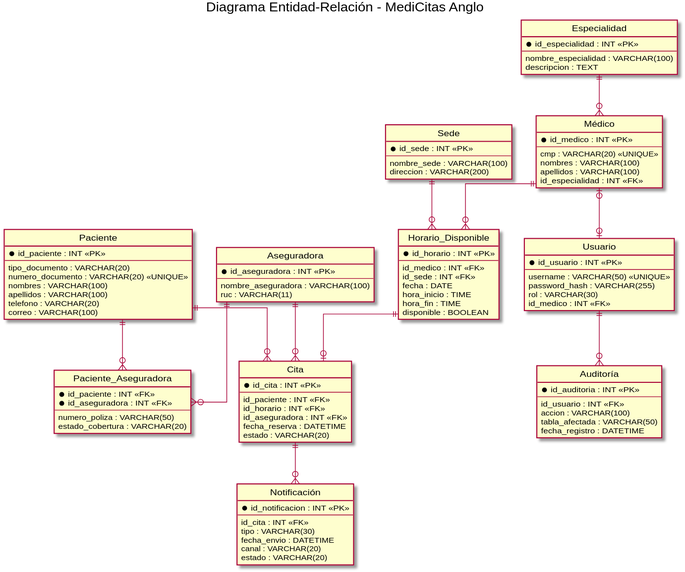
Jimena-CC/ProyectoCitasMedicas keeps this PlantUML diagram as doc/diagramas/img/03-Diagrama-Entidad-Relacion.svg. Above is the earlier version.
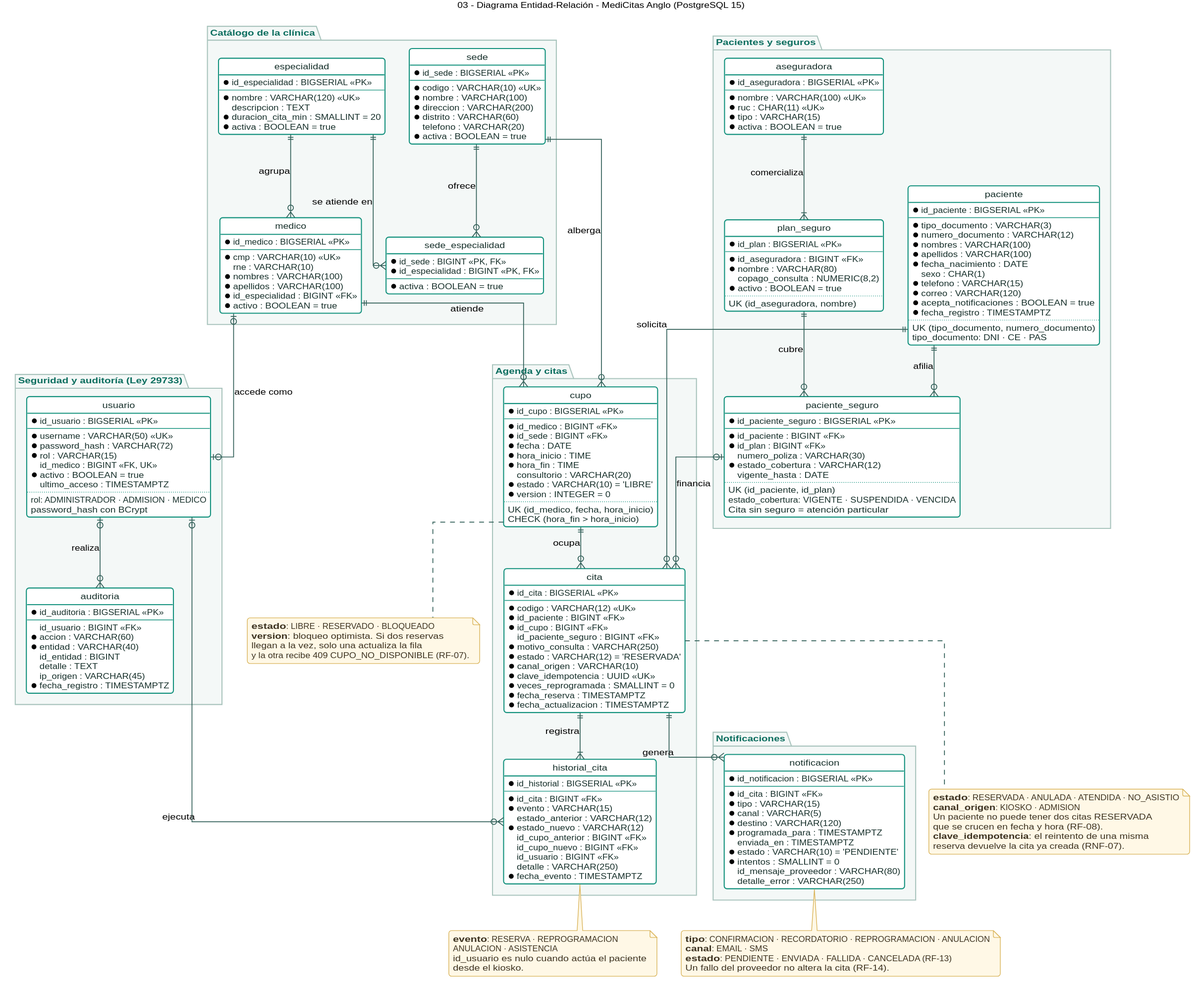
The same file after the commit.

Change to the diagram source:
```diff
@@ -1,120 +1,278 @@
 @startuml
-title Diagrama Entidad-Relación - MediCitas Anglo
+title 03 - Diagrama Entidad-Relación - MediCitas Anglo (PostgreSQL 15)
+
 
 hide circle
+hide empty methods
 skinparam linetype ortho
-
-entity "Paciente" as paciente {
-  * id_paciente : INT <<PK>>
-  --
-  tipo_documento : VARCHAR(20)
-  numero_documento : VARCHAR(20) <<UNIQUE>>
-  nombres : VARCHAR(100)
-  apellidos : VARCHAR(100)
-  telefono : VARCHAR(20)
-  correo : VARCHAR(100)
+skinparam shadowing false
+skinparam roundCorner 8
+skinparam defaultFontName "Helvetica"
+skinparam defaultFontSize 12
+skinparam ArrowColor #2F5D56
+skinparam ArrowThickness 1.2
+skinparam class {
+  BackgroundColor #FFFFFF
+  BorderColor #13917D
+  HeaderBackgroundColor #E3F4EF
+  FontColor #17302B
+  AttributeFontColor #17302B
+  StereotypeFontColor #5A6E69
+}
+skinparam package {
+  BackgroundColor #F4F8F7
+  BorderColor #A9C4BD
+  FontColor #0C6E5F
+  FontStyle bold
+}
+skinparam note {
+  BackgroundColor #FFF8E6
+  BorderColor #D9B45A
+  FontColor #3D3321
 }
 
-entity "Aseguradora" as aseguradora {
-  * id_aseguradora : INT <<PK>>
-  --
-  nombre_aseguradora : VARCHAR(100)
-  ruc : VARCHAR(11)
+package "Catálogo de la clínica" {
+
+  entity "sede" as sede {
+    * id_sede : BIGSERIAL <<PK>>
+    --
+    * codigo : VARCHAR(10) <<UK>>
+    * nombre : VARCHAR(100)
+    * direccion : VARCHAR(200)
+    * distrito : VARCHAR(60)
+    telefono : VARCHAR(20)
+    * activa : BOOLEAN = true
+  }
+
+  entity "especialidad" as especialidad {
+    * id_especialidad : BIGSERIAL <<PK>>
+    --
+    * nombre : VARCHAR(120) <<UK>>
+    descripcion : TEXT
+    * duracion_cita_min : SMALLINT = 20
+    * activa : BOOLEAN = true
+  }
+
+  entity "sede_especialidad" as sede_esp {
+    * id_sede : BIGINT <<PK, FK>>
+    * id_especialidad : BIGINT <<PK, FK>>
+    --
+    * activa : BOOLEAN = true
+  }
+
+  entity "medico" as medico {
+    * id_medico : BIGSERIAL <<PK>>
+    --
+    * cmp : VARCHAR(10) <<UK>>
+    rne : VARCHAR(10)
+    * nombres : VARCHAR(100)
+    * apellidos : VARCHAR(100)
+    * id_especialidad : BIGINT <<FK>>
+    * activo : BOOLEAN = true
+  }
 }
 
-entity "Paciente_Aseguradora" as pac_aseg {
-  * id_paciente : INT <<FK>>
-  * id_aseguradora : INT <<FK>>
-  --
-  numero_poliza : VARCHAR(50)
-  estado_cobertura : VARCHAR(20)
+package "Pacientes y seguros" {
+
+  entity "paciente" as paciente {
+    * id_paciente : BIGSERIAL <<PK>>
+    --
+    * tipo_documento : VARCHAR(3)
+    * numero_documento : VARCHAR(12)
+    * nombres : VARCHAR(100)
+    * apellidos : VARCHAR(100)
+    * fecha_nacimiento : DATE
+    sexo : CHAR(1)
+    * telefono : VARCHAR(15)
+    * correo : VARCHAR(120)
+    * acepta_notificaciones : BOOLEAN = true
+    * fecha_registro : TIMESTAMPTZ
+    ..
+    UK (tipo_documento, numero_documento)
+    tipo_documento: DNI · CE · PAS
+  }
+
+  entity "aseguradora" as aseguradora {
+    * id_aseguradora : BIGSERIAL <<PK>>
+    --
+    * nombre : VARCHAR(100) <<UK>>
+    * ruc : CHAR(11) <<UK>>
+    * tipo : VARCHAR(15)
+    * activa : BOOLEAN = true
+  }
+
+  entity "plan_seguro" as plan {
+    * id_plan : BIGSERIAL <<PK>>
+    --
+    * id_aseguradora : BIGINT <<FK>>
+    * nombre : VARCHAR(80)
+    copago_consulta : NUMERIC(8,2)
+    * activo : BOOLEAN = true
+    ..
+    UK (id_aseguradora, nombre)
+  }
+
+  entity "paciente_seguro" as pac_seg {
+    * id_paciente_seguro : BIGSERIAL <<PK>>
+    --
+    * id_paciente : BIGINT <<FK>>
+    * id_plan : BIGINT <<FK>>
+    numero_poliza : VARCHAR(30)
+    * estado_cobertura : VARCHAR(12)
+    vigente_hasta : DATE
+    ..
+    UK (id_paciente, id_plan)
+    estado_cobertura: VIGENTE · SUSPENDIDA · VENCIDA
+    Cita sin seguro = atención particular
+  }
 }
 
-entity "Especialidad" as especialidad {
-  * id_especialidad : INT <<PK>>
-  --
-  nombre_especialidad : VARCHAR(100)
-  descripcion : TEXT
+package "Agenda y citas" {
+
+  entity "cupo" as cupo {
+    * id_cupo : BIGSERIAL <<PK>>
+    --
+    * id_medico : BIGINT <<FK>>
+    * id_sede : BIGINT <<FK>>
+    * fecha : DATE
+    * hora_inicio : TIME
+    * hora_fin : TIME
+    consultorio : VARCHAR(20)
+    * estado : VARCHAR(10) = 'LIBRE'
+    * version : INTEGER = 0
+    ..
+    UK (id_medico, fecha, hora_inicio)
+    CHECK (hora_fin > hora_inicio)
+  }
+
+  entity "cita" as cita {
+    * id_cita : BIGSERIAL <<PK>>
+    --
+    * codigo : VARCHAR(12) <<UK>>
+    * id_paciente : BIGINT <<FK>>
+    * id_cupo : BIGINT <<FK>>
+    id_paciente_seguro : BIGINT <<FK>>
+    * motivo_consulta : VARCHAR(250)
+    * estado : VARCHAR(12) = 'RESERVADA'
+    * canal_origen : VARCHAR(10)
+    * clave_idempotencia : UUID <<UK>>
+    * veces_reprogramada : SMALLINT = 0
+    * fecha_reserva : TIMESTAMPTZ
+    * fecha_actualizacion : TIMESTAMPTZ
+  }
+
+  entity "historial_cita" as historial {
+    * id_historial : BIGSERIAL <<PK>>
+    --
+    * id_cita : BIGINT <<FK>>
+    * evento : VARCHAR(15)
+    estado_anterior : VARCHAR(12)
+    * estado_nuevo : VARCHAR(12)
+    id_cupo_anterior : BIGINT <<FK>>
+    id_cupo_nuevo : BIGINT <<FK>>
+    id_usuario : BIGINT <<FK>>
+    detalle : VARCHAR(250)
+    * fecha_evento : TIMESTAMPTZ
+  }
 }
 
-entity "Sede" as sede {
-  * id_sede : INT <<PK>>
-  --
-  nombre_sede : VARCHAR(100)
-  direccion : VARCHAR(200)
+package "Notificaciones" {
+
+  entity "notificacion" as notificacion {
+    * id_notificacion : BIGSERIAL <<PK>>
+    --
+    * id_cita : BIGINT <<FK>>
+    * tipo : VARCHAR(15)
+    * canal : VARCHAR(5)
+    * destino : VARCHAR(120)
+    * programada_para : TIMESTAMPTZ
+    enviada_en : TIMESTAMPTZ
+    * estado : VARCHAR(10) = 'PENDIENTE'
+    * intentos : SMALLINT = 0
+    id_mensaje_proveedor : VARCHAR(80)
+    detalle_error : VARCHAR(250)
+  }
 }
 
-entity "Médico" as medico {
-  * id_medico : INT <<PK>>
-  --
-  cmp : VARCHAR(20) <<UNIQUE>>
-  nombres : VARCHAR(100)
-  apellidos : VARCHAR(100)
-  id_especialidad : INT <<FK>>
+package "Seguridad y auditoría (Ley 29733)" {
+
+  entity "usuario" as usuario {
+    * id_usuario : BIGSERIAL <<PK>>
+    --
+    * username : VARCHAR(50) <<UK>>
+    * password_hash : VARCHAR(72)
+    * rol : VARCHAR(15)
+    id_medico : BIGINT <<FK, UK>>
+    * activo : BOOLEAN = true
+    ultimo_acceso : TIMESTAMPTZ
+    ..
+    rol: ADMINISTRADOR · ADMISION · MEDICO
+    password_hash con BCrypt
+  }
+
+  entity "auditoria" as auditoria {
+    * id_auditoria : BIGSERIAL <<PK>>
+    --
+    id_usuario : BIGINT <<FK>>
+    * accion : VARCHAR(60)
+    * entidad : VARCHAR(40)
+    id_entidad : BIGINT
+    detalle : TEXT
+    ip_origen : VARCHAR(45)
+    * fecha_registro : TIMESTAMPTZ
+  }
 }
 
-entity "Horario_Disponible" as horario {
-  * id_horario : INT <<PK>>
-  --
-  id_medico : INT <<FK>>
-  id_sede : INT <<FK>>
-  fecha : DATE
-  hora_inicio : TIME
-  hora_fin : TIME
-  disponible : BOOLEAN
-}
+sede ||--o{ sede_esp : ofrece
+especialidad ||--o{ sede_esp : se atiende en
+especialidad ||--o{ medico : agrupa
 
-entity "Cita" as cita {
-  * id_cita : INT <<PK>>
-  --
-  id_paciente : INT <<FK>>
-  id_horario : INT <<FK>>
-  id_aseguradora : INT <<FK>>
-  fecha_reserva : DATETIME
-  estado : VARCHAR(20)
-}
+medico ||--o{ cupo : atiende
+sede ||--o{ cupo : alberga
 
-entity "Notificación" as notificacion {
-  * id_notificacion : INT <<PK>>
-  --
-  id_cita : INT <<FK>>
-  tipo : VARCHAR(30)
-  fecha_envio : DATETIME
-  canal : VARCHAR(20)
-  estado : VARCHAR(20)
-}
+aseguradora ||--|{ plan : comercializa
+plan ||--o{ pac_seg : cubre
+paciente ||--o{ pac_seg : afilia
 
-entity "Usuario" as usuario {
-  * id_usuario : INT <<PK>>
-  --
-  username : VARCHAR(50) <<UNIQUE>>
-  password_hash : VARCHAR(255)
-  rol : VARCHAR(30)
-  id_medico : INT <<FK>>
-}
+paciente ||--o{ cita : solicita
+cupo ||--o{ cita : ocupa
+pac_seg |o--o{ cita : financia
 
-entity "Auditoría" as auditoria {
-  * id_auditoria : INT <<PK>>
-  --
-  id_usuario : INT <<FK>>
-  accion : VARCHAR(100)
-  tabla_afectada : VARCHAR(50)
-  fecha_registro : DATETIME
-}
+cita ||--|{ historial : registra
+cita ||--o{ notificacion : genera
 
-paciente ||--o{ pac_aseg
-aseguradora ||--o{ pac_aseg
+medico |o--o| usuario : accede como
+usuario |o--o{ auditoria : realiza
+usuario |o--o{ historial : ejecuta
 
-paciente ||--o{ cita
-aseguradora ||--o{ cita
-horario ||--o| cita
+note bottom of cupo
+  <b>estado</b>: LIBRE · RESERVADO · BLOQUEADO
+  <b>version</b>: bloqueo optimista. Si dos reservas
+  llegan a la vez, solo una actualiza la fila
+  y la otra recibe 409 CUPO_NO_DISPONIBLE (RF-07).
+end note
 
-especialidad ||--o{ medico
-medico ||--o{ horario
-sede ||--o{ horario
+note bottom of cita
+  <b>estado</b>: RESERVADA · ANULADA · ATENDIDA · NO_ASISTIO
+  <b>canal_origen</b>: KIOSKO · ADMISION
+  Un paciente no puede tener dos citas RESERVADA
+  que se crucen en fecha y hora (RF-08).
+  <b>clave_idempotencia</b>: el reintento de una misma
+  reserva devuelve la cita ya creada (RNF-07).
+end note
 
-cita ||--o{ notificacion
-usuario ||--o{ auditoria
-medico |o--o| usuario
+note bottom of notificacion
+  <b>tipo</b>: CONFIRMACION · RECORDATORIO · REPROGRAMACION · ANULACION
+  <b>canal</b>: EMAIL · SMS
+  <b>estado</b>: PENDIENTE · ENVIADA · FALLIDA · CANCELADA (RF-13)
+  Un fallo del proveedor no altera la cita (RF-14).
+end note
+
+note bottom of historial
+  <b>evento</b>: RESERVA · REPROGRAMACION
+  ANULACION · ASISTENCIA
+  id_usuario es nulo cuando actúa el paciente
+  desde el kiosko.
+end note
 
 @enduml
```
